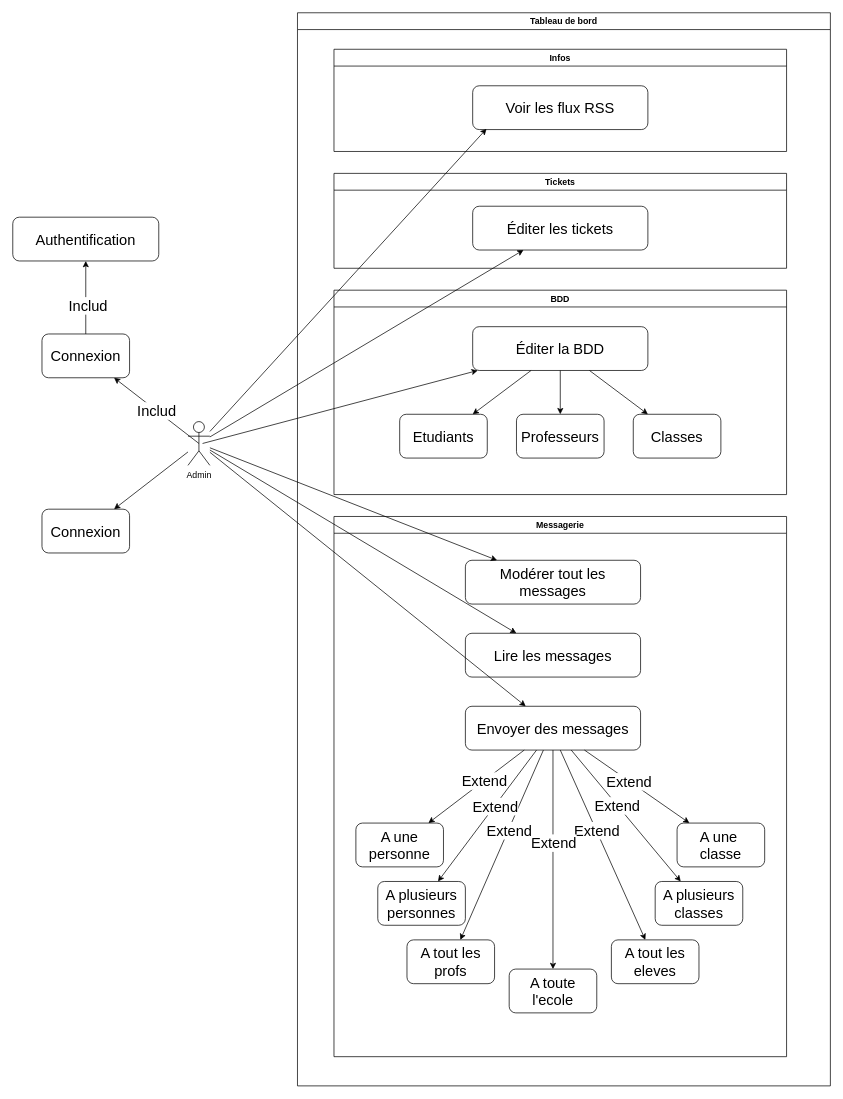
This is DCU_admin.drawio from LePetitMoka/Retards-ecole, a draw.io file, before an edit. Source tidied: cells renumbered, new cells numbered last; positions are measured from the earlier drawing's top-left corner, leaving out a move shared by most shapes. Both pictures are drawn from the tidied source at 73%, with x=0, y=0 at pixel (12, 12).
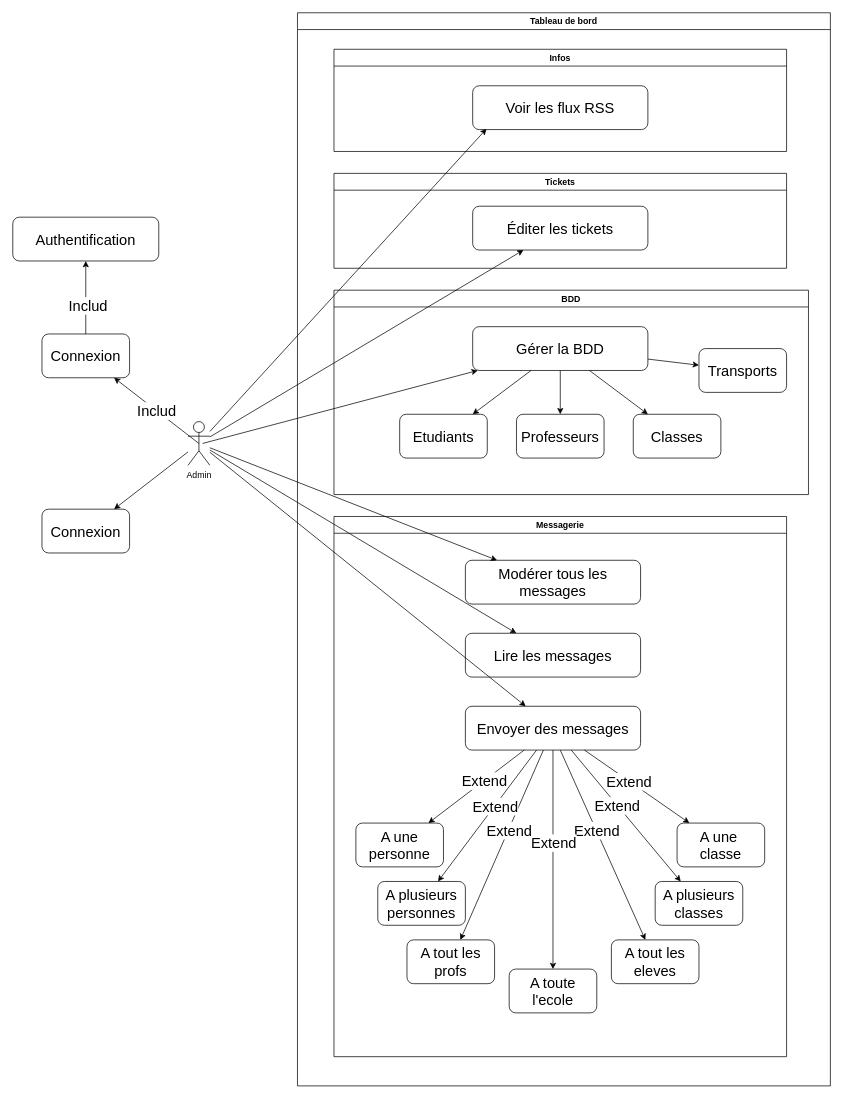
After the change.

Commit message:
Mettre à jour DCU_admin.drawio

Unchanged cells that the change refers to:
```xml
<mxCell id="11" value="Tableau de bord" style="swimlane;" parent="1" vertex="1">
  <mxGeometry x="390" width="730" height="1470" as="geometry" />
</mxCell>
<mxCell id="24" value="Messagerie" style="swimlane;startSize=23;" parent="11" vertex="1">
  <mxGeometry x="50" y="690" width="620" height="740" as="geometry" />
</mxCell>
```

The edit, as a diff of the source:
```diff
@@
     <mxCell id="16" value="BDD" style="swimlane;" parent="11" vertex="1">
-      <mxGeometry x="50" y="380" width="620" height="280" as="geometry" />
+      <mxGeometry x="50" y="380" width="650" height="280" as="geometry" />
     </mxCell>
-    <mxCell id="17" value="Éditer la BDD" style="rounded=1;whiteSpace=wrap;html=1;fontSize=20;" parent="16" vertex="1">
+    <mxCell id="17" value="Gérer la BDD" style="rounded=1;whiteSpace=wrap;html=1;fontSize=20;" parent="16" vertex="1">
       <mxGeometry x="190" y="50" width="240" height="60" as="geometry" />
     </mxCell>
@@
+    <mxCell id="55" value="Transports" style="rounded=1;whiteSpace=wrap;html=1;fontSize=20;" parent="16" vertex="1">
+      <mxGeometry x="500" y="80" width="120" height="60" as="geometry" />
+    </mxCell>
+    <mxCell id="56" style="endArrow=classic;html=1;rounded=0;fontSize=20;" parent="16" edge="1" source="17" target="55">
+      <mxGeometry relative="1" as="geometry" />
+    </mxCell>
@@
-    <mxCell id="25" value="Modérer tout les messages" style="rounded=1;whiteSpace=wrap;html=1;fontSize=20;" parent="24" vertex="1">
+    <mxCell id="25" value="Modérer tous les messages" style="rounded=1;whiteSpace=wrap;html=1;fontSize=20;" parent="24" vertex="1">
       <mxGeometry x="180" y="60" width="240" height="60" as="geometry" />
     </mxCell>
```
